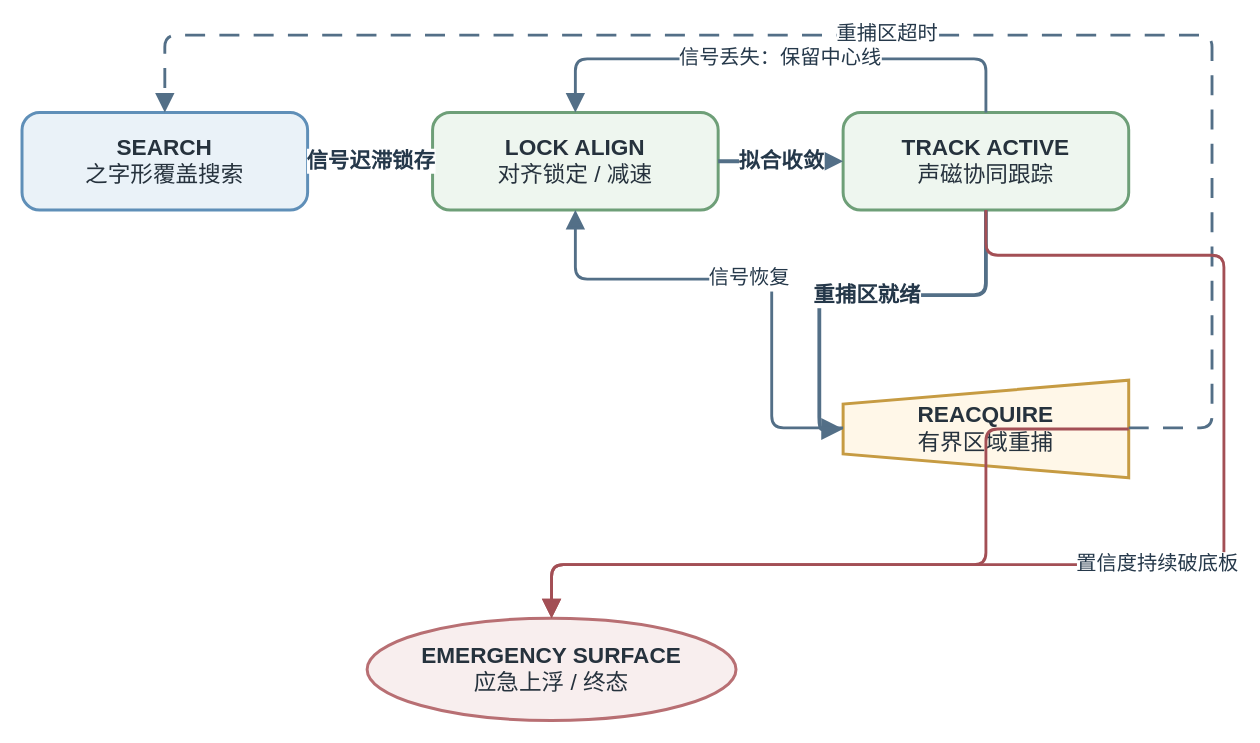
360ZMEM/AUV-Master-Mag keeps this draw.io diagram as docs/figure/fig_mission_fsm.drawio. Above is the earlier version. Source tidied: cells renumbered, new cells numbered last; positions are measured from the earlier drawing's top-left corner, leaving out a move shared by most shapes. Both pictures are drawn from the tidied source at 119%, with x=0, y=0 at pixel (21, 35).
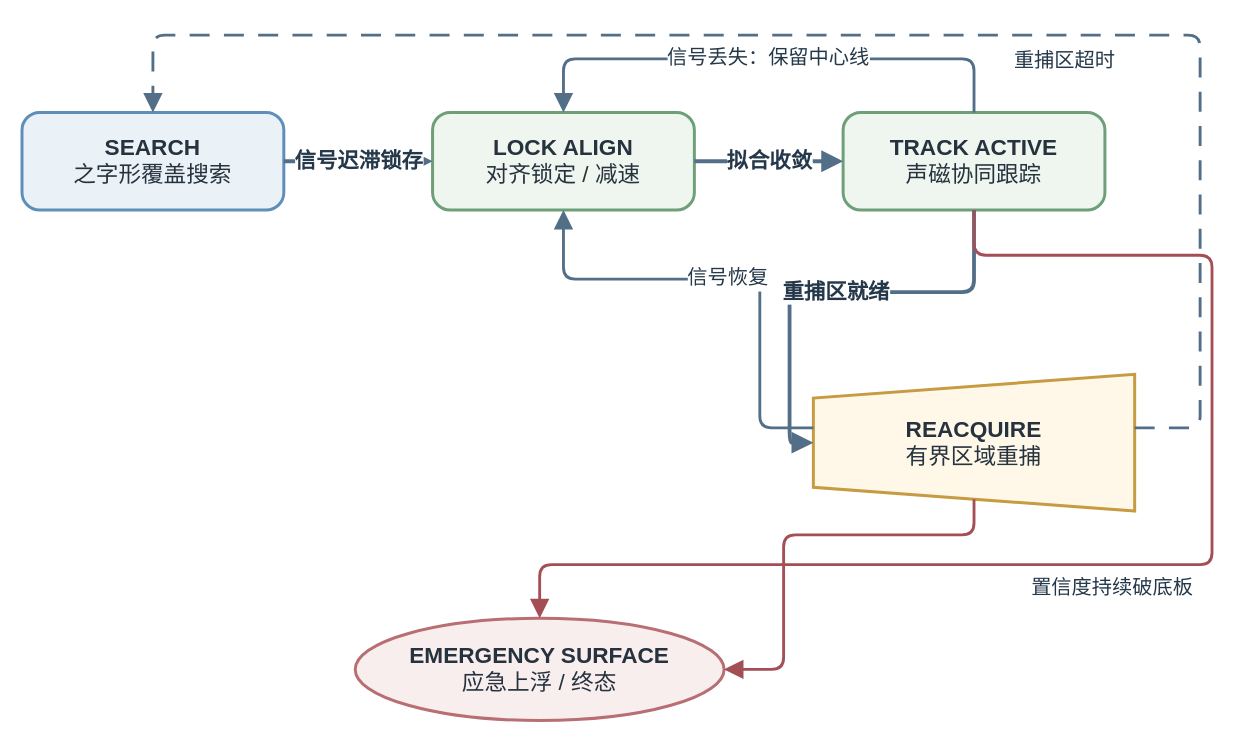
Above is the later version.

Diff of the diagram source:
```diff
@@
     <mxCell id="2" value="&lt;b&gt;SEARCH&lt;/b&gt;&lt;br&gt;之字形覆盖搜索" style="rounded=1;arcSize=18;whiteSpace=wrap;html=1;align=center;verticalAlign=middle;fillColor=#EAF2F8;strokeColor=#5F8FB8;strokeWidth=2.5;spacing=8;fontFamily=Songti SC;fontSize=19;fontColor=#26323D;" parent="1" vertex="1">
-      <mxGeometry y="65" width="240" height="82" as="geometry" />
+      <mxGeometry y="65" width="220" height="82" as="geometry" />
     </mxCell>
     <mxCell id="3" value="&lt;b&gt;LOCK ALIGN&lt;/b&gt;&lt;br&gt;对齐锁定 / 减速" style="rounded=1;arcSize=18;whiteSpace=wrap;html=1;align=center;verticalAlign=middle;fillColor=#EEF6EF;strokeColor=#6E9F78;strokeWidth=2.5;spacing=8;fontFamily=Songti SC;fontSize=19;fontColor=#26323D;" parent="1" vertex="1">
-      <mxGeometry x="345" y="65" width="240" height="82" as="geometry" />
+      <mxGeometry x="345" y="65" width="220" height="82" as="geometry" />
     </mxCell>
     <mxCell id="4" value="&lt;b&gt;TRACK ACTIVE&lt;/b&gt;&lt;br&gt;声磁协同跟踪" style="rounded=1;arcSize=18;whiteSpace=wrap;html=1;align=center;verticalAlign=middle;fillColor=#EEF6EF;strokeColor=#6E9F78;strokeWidth=2.5;spacing=8;fontFamily=Songti SC;fontSize=19;fontColor=#26323D;" parent="1" vertex="1">
-      <mxGeometry x="690" y="65" width="240" height="82" as="geometry" />
+      <mxGeometry x="690" y="65" width="220" height="82" as="geometry" />
     </mxCell>
     <mxCell id="5" value="&lt;b&gt;REACQUIRE&lt;/b&gt;&lt;br&gt;有界区域重捕" style="shape=trapezoid;perimeter=trapezoidPerimeter;fixedSize=1;direction=north;whiteSpace=wrap;html=1;align=center;verticalAlign=middle;fillColor=#FFF7E8;strokeColor=#C69B42;strokeWidth=2.5;spacing=8;fontFamily=Songti SC;fontSize=19;fontColor=#26323D;" parent="1" vertex="1">
-      <mxGeometry x="690" y="290" width="240" height="82" as="geometry" />
+      <mxGeometry x="665" y="285" width="270" height="115" as="geometry" />
     </mxCell>
     <mxCell id="6" value="&lt;b&gt;EMERGENCY SURFACE&lt;/b&gt;&lt;br&gt;应急上浮 / 终态" style="ellipse;whiteSpace=wrap;html=1;align=center;verticalAlign=middle;fillColor=#F8EEEE;strokeColor=#B86F73;strokeWidth=2.5;spacing=8;fontFamily=Songti SC;fontSize=19;fontColor=#26323D;" parent="1" vertex="1">
-      <mxGeometry x="290" y="490" width="310" height="86" as="geometry" />
+      <mxGeometry x="280" y="490" width="310" height="86" as="geometry" />
     </mxCell>
@@
     <mxCell id="9" value="信号丢失：保留中心线" style="edgeStyle=orthogonalEdgeStyle;rounded=1;jettySize=auto;html=1;strokeColor=#536F87;strokeWidth=2.4;fontFamily=Songti SC;fontSize=17;fontColor=#25384A;labelBackgroundColor=#FFFFFF;labelBorderColor=none;endArrow=block;endFill=1;endSize=10;exitX=0.5;exitY=0;entryX=0.5;entryY=0;" parent="1" edge="1" source="4" target="3">
       <mxGeometry relative="1" as="geometry">
         <Array as="points">
-          <mxPoint x="810" y="20" />
-          <mxPoint x="465" y="20" />
+          <mxPoint x="800" y="20" />
+          <mxPoint x="455" y="20" />
         </Array>
       </mxGeometry>
     </mxCell>
@@
     <mxCell id="11" value="信号恢复" style="edgeStyle=orthogonalEdgeStyle;rounded=1;jettySize=auto;html=1;strokeColor=#536F87;strokeWidth=2.4;fontFamily=Songti SC;fontSize=17;fontColor=#25384A;labelBackgroundColor=#FFFFFF;labelBorderColor=none;endArrow=block;endFill=1;endSize=10;exitX=0;entryX=0.5;entryY=1;" parent="1" edge="1" source="5" target="3">
       <mxGeometry relative="1" as="geometry">
         <Array as="points">
-          <mxPoint x="630" y="330" />
-          <mxPoint x="630" y="205" />
-          <mxPoint x="465" y="205" />
+          <mxPoint x="620" y="330" />
+          <mxPoint x="620" y="205" />
+          <mxPoint x="455" y="205" />
         </Array>
       </mxGeometry>
     </mxCell>
     <mxCell id="12" value="重捕区超时" style="edgeStyle=orthogonalEdgeStyle;rounded=1;jettySize=auto;html=1;strokeColor=#536F87;strokeWidth=2.4;fontFamily=Songti SC;fontSize=17;fontColor=#25384A;labelBackgroundColor=#FFFFFF;labelBorderColor=none;endArrow=block;endFill=1;endSize=10;dashed=1;dashPattern=7 5;exitX=1;entryX=0.5;entryY=0;" parent="1" edge="1" source="5" target="2">
-      <mxGeometry relative="1" as="geometry">
+      <mxGeometry x="-0.25" y="22" relative="1" as="geometry">
         <Array as="points">
-          <mxPoint x="1000" y="330" />
-          <mxPoint x="1000" />
-          <mxPoint x="120" />
+          <mxPoint x="990" y="330" />
+          <mxPoint x="990" />
+          <mxPoint x="110" />
         </Array>
       </mxGeometry>
     </mxCell>
     <mxCell id="13" value="置信度持续破底板" style="edgeStyle=orthogonalEdgeStyle;rounded=1;jettySize=auto;html=1;strokeColor=#A34F55;strokeWidth=2.4;fontFamily=Songti SC;fontSize=17;fontColor=#25384A;labelBackgroundColor=#FFFFFF;labelBorderColor=none;endArrow=block;endFill=1;endSize=10;exitX=0.5;exitY=1;entryX=0.5;entryY=0;" parent="1" edge="1" source="4" target="6">
-      <mxGeometry relative="1" as="geometry">
+      <mxGeometry x="0.05" y="20" relative="1" as="geometry">
         <Array as="points">
-          <mxPoint x="1010" y="185" />
-          <mxPoint x="1010" y="445" />
-          <mxPoint x="445" y="445" />
+          <mxPoint x="1000" y="185" />
+          <mxPoint x="1000" y="445" />
+          <mxPoint x="435" y="445" />
         </Array>
       </mxGeometry>
     </mxCell>
-    <mxCell id="14" style="edgeStyle=orthogonalEdgeStyle;rounded=1;jettySize=auto;html=1;strokeColor=#A34F55;strokeWidth=2.4;fontFamily=Songti SC;fontSize=17;fontColor=#25384A;labelBackgroundColor=#FFFFFF;labelBorderColor=none;endArrow=block;endFill=1;endSize=10;exitX=0.5;exitY=1;entryX=0.5;entryY=0;" parent="1" edge="1" source="5" target="6">
+    <mxCell id="14" style="edgeStyle=orthogonalEdgeStyle;rounded=1;jettySize=auto;html=1;strokeColor=#A34F55;strokeWidth=2.4;fontFamily=Songti SC;fontSize=17;fontColor=#25384A;labelBackgroundColor=#FFFFFF;labelBorderColor=none;endArrow=block;endFill=1;endSize=10;exitX=0.0869565217;exitY=0.5;exitPerimeter=0;entryX=1;entryY=0.5;" parent="1" edge="1" source="5" target="6">
       <mxGeometry relative="1" as="geometry">
         <Array as="points">
-          <mxPoint x="810" y="445" />
-          <mxPoint x="445" y="445" />
+          <mxPoint x="800" y="420" />
+          <mxPoint x="640" y="420" />
+          <mxPoint x="640" y="533" />
         </Array>
       </mxGeometry>
     </mxCell>
```
